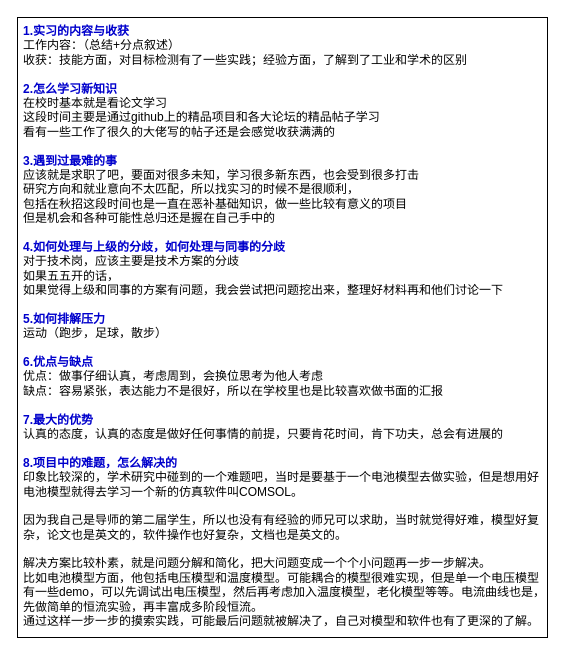
This is HR面试.drawio from limpid-11/drawio, a draw.io file, before an edit. Source tidied: cells renumbered, new cells numbered last; positions are measured from the earlier drawing's top-left corner, leaving out a move shared by most shapes. Both pictures are drawn from the tidied source at 100%, with x=0, y=0 at pixel (17, 17).
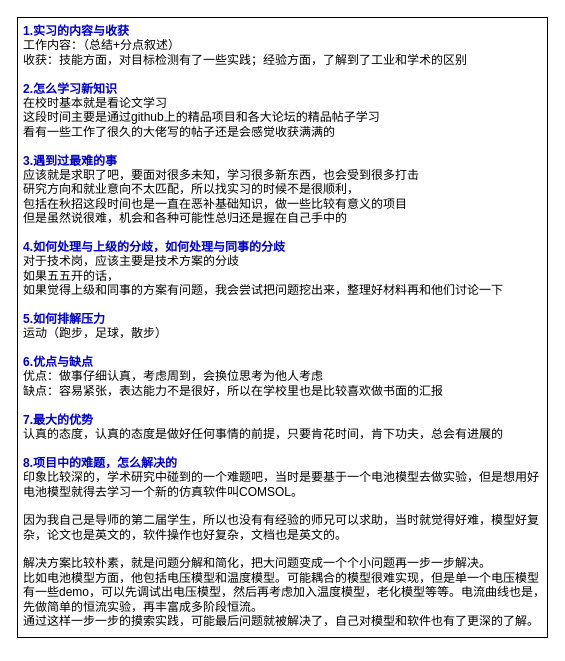
The same page after the edit.

The edit, as a diff of the source:
```diff
@@
 <mxGraphModel>
   <root>
     <mxCell id="0" />
     <mxCell id="1" parent="0" />
-    <mxCell id="2" value="&lt;font color=&quot;#0000cc&quot;&gt;&lt;b&gt;1.实习的内容与收获&lt;/b&gt;&lt;/font&gt;&lt;div&gt;工作内容：（总结+分点叙述）&lt;/div&gt;&lt;div&gt;收获：&lt;span style=&quot;background-color: initial;&quot;&gt;技能方面，对目标检测有了一些实践；&lt;/span&gt;&lt;span style=&quot;background-color: initial;&quot;&gt;经验方面，了解到了工业和学术的区别&lt;/span&gt;&lt;/div&gt;&lt;div&gt;&lt;br&gt;&lt;/div&gt;&lt;div&gt;&lt;font color=&quot;#0000cc&quot;&gt;&lt;b&gt;2.怎么学习新知识&lt;/b&gt;&lt;/font&gt;&lt;/div&gt;&lt;div&gt;在校时基本就是看论文学习&lt;/div&gt;&lt;div&gt;这段时间主要是通过github上的精品项目和各大论坛的精品帖子学习&lt;/div&gt;&lt;div&gt;看有一些工作了很久的大佬写的帖子还是会感觉收获满满的&lt;/div&gt;&lt;div&gt;&lt;br&gt;&lt;/div&gt;&lt;div&gt;&lt;font color=&quot;#0000cc&quot;&gt;&lt;b&gt;3.遇到过最难的事&lt;/b&gt;&lt;/font&gt;&lt;/div&gt;&lt;div&gt;应该就是求职了吧，要面对很多未知，学习很多新东西，也会受到很多打击&lt;/div&gt;&lt;div&gt;研究方向和就业意向不太匹配，所以找实习的时候不是很顺利，&lt;/div&gt;&lt;div&gt;包括在秋招这段时间也是一直在恶补基础知识，做一些比较有意义的项目&lt;/div&gt;&lt;div&gt;但是机会和各种可能性总归还是握在自己手中的&lt;/div&gt;&lt;div&gt;&lt;br&gt;&lt;/div&gt;&lt;div&gt;&lt;font color=&quot;#0000cc&quot;&gt;&lt;b&gt;4.如何处理与上级的分歧，如何处理与同事的分歧&lt;/b&gt;&lt;/font&gt;&lt;/div&gt;&lt;div&gt;对于技术岗，应该主要是技术方案的分歧&lt;/div&gt;&lt;div&gt;如果五五开的话，&lt;/div&gt;&lt;div&gt;如果觉得上级和同事的方案有问题，我会尝试把问题挖出来，整理好材料再和他们讨论一下&lt;/div&gt;&lt;div&gt;&lt;br&gt;&lt;/div&gt;&lt;div&gt;&lt;font color=&quot;#0000cc&quot;&gt;&lt;b&gt;5.如何排解压力&lt;/b&gt;&lt;/font&gt;&lt;/div&gt;&lt;div&gt;运动（跑步，足球，散步）&lt;/div&gt;&lt;div&gt;&lt;br&gt;&lt;/div&gt;&lt;div&gt;&lt;font color=&quot;#0000cc&quot;&gt;&lt;b&gt;6.优点与缺点&lt;/b&gt;&lt;/font&gt;&lt;/div&gt;&lt;div&gt;优点：做事仔细认真，考虑周到，会换位思考为他人考虑&lt;/div&gt;&lt;div&gt;缺点：容易紧张，表达能力不是很好，所以在学校里也是比较喜欢做书面的汇报&lt;/div&gt;&lt;div&gt;&lt;br&gt;&lt;/div&gt;&lt;div&gt;&lt;font color=&quot;#0000cc&quot;&gt;&lt;b&gt;7.最大的优势&lt;/b&gt;&lt;/font&gt;&lt;/div&gt;&lt;div&gt;认真的态度，认真的态度是做好任何事情的前提，只要肯花时间，肯下功夫，总会有进展的&lt;/div&gt;&lt;div&gt;&lt;br&gt;&lt;/div&gt;&lt;div&gt;&lt;font color=&quot;#0000cc&quot;&gt;&lt;b&gt;8.项目中的难题，怎么解决的&lt;/b&gt;&lt;/font&gt;&lt;/div&gt;&lt;div&gt;印象比较深的，学术研究中碰到的一个难题吧，当时是要基于一个电池模型去做实验，但是想用好电池模型就得去学习一个新的仿真软件叫COMSOL。&lt;/div&gt;&lt;div&gt;&lt;br&gt;&lt;/div&gt;&lt;div&gt;因为我自己是导师的第二届学生，所以也没有有经验的师兄可以求助，当时就觉得好难，模型好复杂，论文也是英文的，软件操作也好复杂，文档也是英文的。&lt;/div&gt;&lt;div&gt;&lt;br&gt;&lt;/div&gt;&lt;div&gt;解决方案比较朴素，就是问题分解和简化，把大问题变成一个个小问题再一步一步解决。&lt;/div&gt;&lt;div&gt;比如电池模型方面，他包括电压模型和温度模型。可能耦合的模型很难实现，但是单一个电压模型有一些demo，可以先调试出电压模型，然后再考虑加入温度模型，老化模型等等。电流曲线也是，先做简单的恒流实验，再丰富成多阶段恒流。&lt;/div&gt;&lt;div&gt;通过这样一步一步的摸索实践，可能最后问题就被解决了，自己对模型和软件也有了更深的了解。&lt;/div&gt;&lt;div&gt;&lt;br&gt;&lt;/div&gt;" style="rounded=0;whiteSpace=wrap;html=1;align=left;verticalAlign=top;spacingLeft=4;" parent="1" vertex="1">
+    <mxCell id="2" value="&lt;font color=&quot;#0000cc&quot;&gt;&lt;b&gt;1.实习的内容与收获&lt;/b&gt;&lt;/font&gt;&lt;div&gt;工作内容：（总结+分点叙述）&lt;/div&gt;&lt;div&gt;收获：&lt;span style=&quot;background-color: initial;&quot;&gt;技能方面，对目标检测有了一些实践；&lt;/span&gt;&lt;span style=&quot;background-color: initial;&quot;&gt;经验方面，了解到了工业和学术的区别&lt;/span&gt;&lt;/div&gt;&lt;div&gt;&lt;br&gt;&lt;/div&gt;&lt;div&gt;&lt;font color=&quot;#0000cc&quot;&gt;&lt;b&gt;2.怎么学习新知识&lt;/b&gt;&lt;/font&gt;&lt;/div&gt;&lt;div&gt;在校时基本就是看论文学习&lt;/div&gt;&lt;div&gt;这段时间主要是通过github上的精品项目和各大论坛的精品帖子学习&lt;/div&gt;&lt;div&gt;看有一些工作了很久的大佬写的帖子还是会感觉收获满满的&lt;/div&gt;&lt;div&gt;&lt;br&gt;&lt;/div&gt;&lt;div&gt;&lt;font color=&quot;#0000cc&quot;&gt;&lt;b&gt;3.遇到过最难的事&lt;/b&gt;&lt;/font&gt;&lt;/div&gt;&lt;div&gt;应该就是求职了吧，要面对很多未知，学习很多新东西，也会受到很多打击&lt;/div&gt;&lt;div&gt;研究方向和就业意向不太匹配，所以找实习的时候不是很顺利，&lt;/div&gt;&lt;div&gt;包括在秋招这段时间也是一直在恶补基础知识，做一些比较有意义的项目&lt;/div&gt;&lt;div&gt;但是虽然说很难，机会和各种可能性总归还是握在自己手中的&lt;/div&gt;&lt;div&gt;&lt;br&gt;&lt;/div&gt;&lt;div&gt;&lt;font color=&quot;#0000cc&quot;&gt;&lt;b&gt;4.如何处理与上级的分歧，如何处理与同事的分歧&lt;/b&gt;&lt;/font&gt;&lt;/div&gt;&lt;div&gt;对于技术岗，应该主要是技术方案的分歧&lt;/div&gt;&lt;div&gt;如果五五开的话，&lt;/div&gt;&lt;div&gt;如果觉得上级和同事的方案有问题，我会尝试把问题挖出来，整理好材料再和他们讨论一下&lt;/div&gt;&lt;div&gt;&lt;br&gt;&lt;/div&gt;&lt;div&gt;&lt;font color=&quot;#0000cc&quot;&gt;&lt;b&gt;5.如何排解压力&lt;/b&gt;&lt;/font&gt;&lt;/div&gt;&lt;div&gt;运动（跑步，足球，散步）&lt;/div&gt;&lt;div&gt;&lt;br&gt;&lt;/div&gt;&lt;div&gt;&lt;font color=&quot;#0000cc&quot;&gt;&lt;b&gt;6.优点与缺点&lt;/b&gt;&lt;/font&gt;&lt;/div&gt;&lt;div&gt;优点：做事仔细认真，考虑周到，会换位思考为他人考虑&lt;/div&gt;&lt;div&gt;缺点：容易紧张，表达能力不是很好，所以在学校里也是比较喜欢做书面的汇报&lt;/div&gt;&lt;div&gt;&lt;br&gt;&lt;/div&gt;&lt;div&gt;&lt;font color=&quot;#0000cc&quot;&gt;&lt;b&gt;7.最大的优势&lt;/b&gt;&lt;/font&gt;&lt;/div&gt;&lt;div&gt;认真的态度，认真的态度是做好任何事情的前提，只要肯花时间，肯下功夫，总会有进展的&lt;/div&gt;&lt;div&gt;&lt;br&gt;&lt;/div&gt;&lt;div&gt;&lt;font color=&quot;#0000cc&quot;&gt;&lt;b&gt;8.项目中的难题，怎么解决的&lt;/b&gt;&lt;/font&gt;&lt;/div&gt;&lt;div&gt;印象比较深的，学术研究中碰到的一个难题吧，当时是要基于一个电池模型去做实验，但是想用好电池模型就得去学习一个新的仿真软件叫COMSOL。&lt;/div&gt;&lt;div&gt;&lt;br&gt;&lt;/div&gt;&lt;div&gt;因为我自己是导师的第二届学生，所以也没有有经验的师兄可以求助，当时就觉得好难，模型好复杂，论文也是英文的，软件操作也好复杂，文档也是英文的。&lt;/div&gt;&lt;div&gt;&lt;br&gt;&lt;/div&gt;&lt;div&gt;解决方案比较朴素，就是问题分解和简化，把大问题变成一个个小问题再一步一步解决。&lt;/div&gt;&lt;div&gt;比如电池模型方面，他包括电压模型和温度模型。可能耦合的模型很难实现，但是单一个电压模型有一些demo，可以先调试出电压模型，然后再考虑加入温度模型，老化模型等等。电流曲线也是，先做简单的恒流实验，再丰富成多阶段恒流。&lt;/div&gt;&lt;div&gt;通过这样一步一步的摸索实践，可能最后问题就被解决了，自己对模型和软件也有了更深的了解。&lt;/div&gt;&lt;div&gt;&lt;br&gt;&lt;/div&gt;" style="rounded=0;whiteSpace=wrap;html=1;align=left;verticalAlign=top;spacingLeft=4;" parent="1" vertex="1">
       <mxGeometry width="530" height="620" as="geometry" />
     </mxCell>
   </root>
 </mxGraphModel>
```
